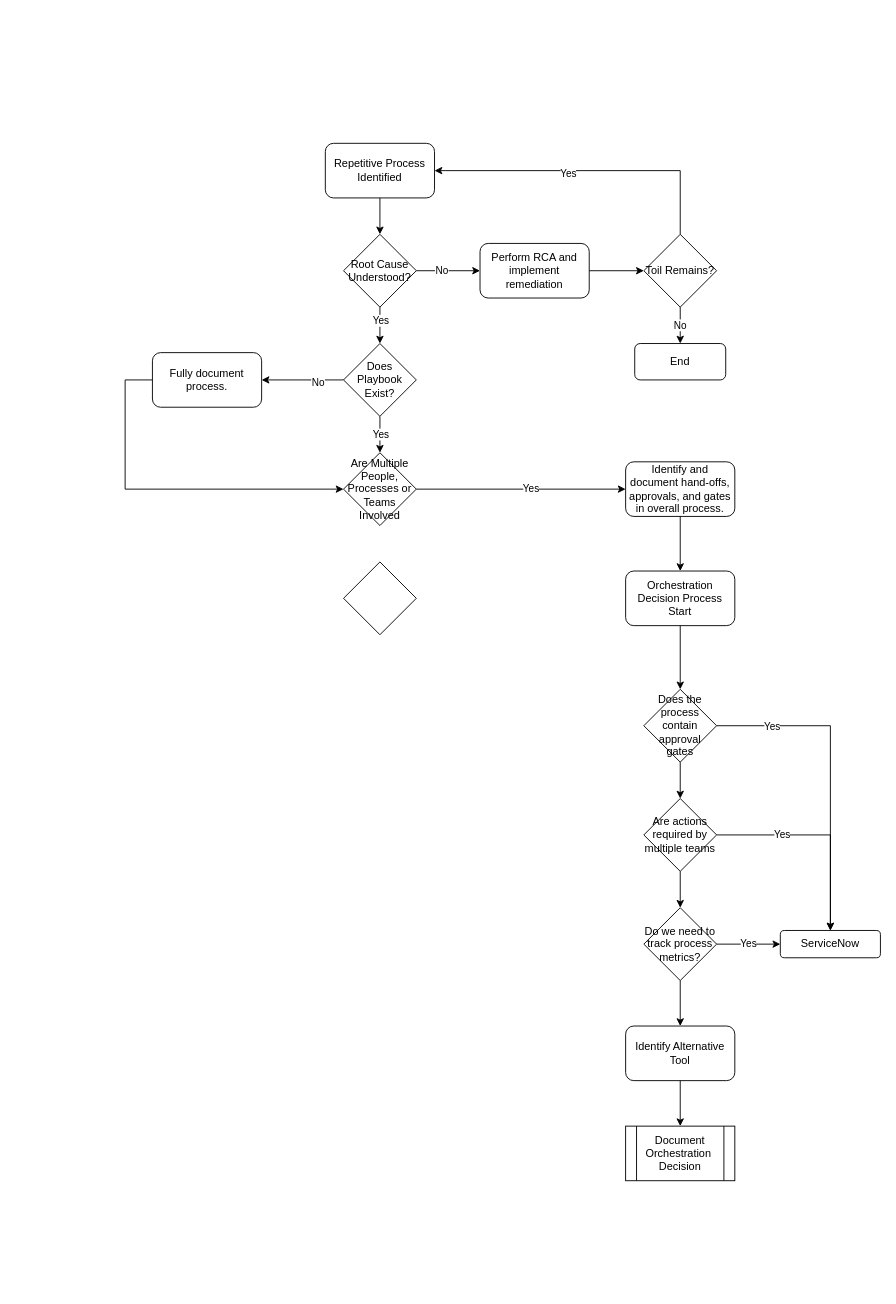
Above: src/Untitled Diagram.drawio in cunwin777/helloSteve (draw.io), before the change. Source tidied: cells renumbered, new cells numbered last; positions are measured from the earlier drawing's top-left corner, leaving out a move shared by most shapes. Both pictures are drawn from the tidied source at 91%, with x=0, y=0 at pixel (125, 143).
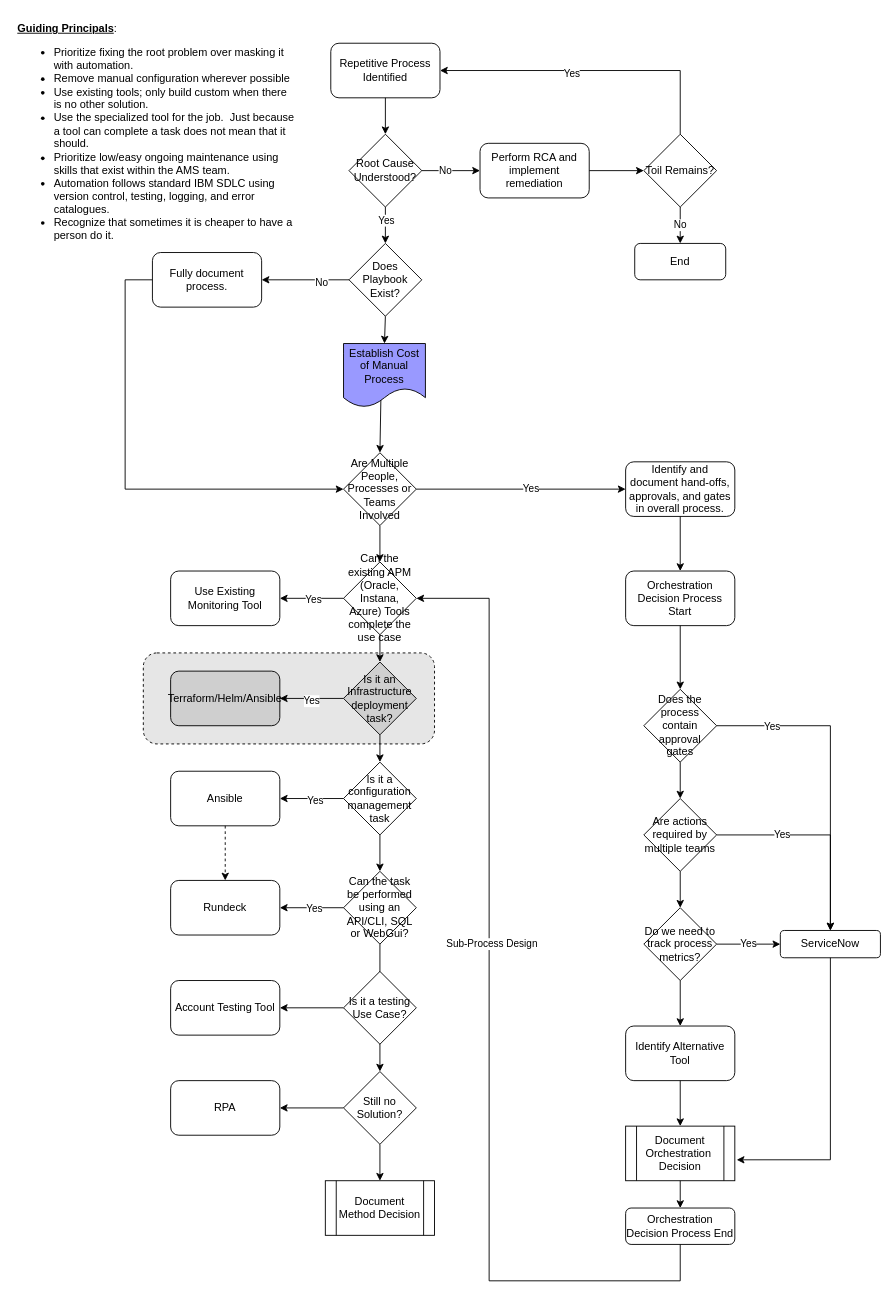
After the change.

The change refers to these unchanged cells:
```xml
<mxCell id="17" value="Are Multiple People, Processes or Teams Involved" style="rhombus;whiteSpace=wrap;html=1;" parent="1" vertex="1">
  <mxGeometry x="240" y="340" width="80" height="80" as="geometry" />
</mxCell>
<mxCell id="27" value="Document Orchestration&amp;nbsp; Decision" style="shape=process;whiteSpace=wrap;html=1;backgroundOutline=1;" parent="1" vertex="1">
  <mxGeometry x="550" y="1080" width="120" height="60" as="geometry" />
</mxCell>
<mxCell id="28" value="ServiceNow" style="rounded=1;whiteSpace=wrap;html=1;" parent="1" vertex="1">
  <mxGeometry x="720" y="865" width="110" height="30" as="geometry" />
</mxCell>
```

The edit, as a diff of the source:
```diff
@@
+    <mxCell id="47" style="rounded=1;whiteSpace=wrap;html=1;dashed=1;fillColor=#E6E6E6;" parent="1" vertex="1">
+      <mxGeometry x="20" y="560" width="320" height="100" as="geometry" />
+    </mxCell>
     <mxCell id="2" value="Repetitive Process Identified" style="rounded=1;whiteSpace=wrap;html=1;" parent="1" vertex="1">
-      <mxGeometry x="220" width="120" height="60" as="geometry" />
+      <mxGeometry x="226" y="-110" width="120" height="60" as="geometry" />
     </mxCell>
     <mxCell id="3" value="Root Cause Understood?" style="rhombus;whiteSpace=wrap;html=1;" parent="1" vertex="1">
-      <mxGeometry x="240" y="100" width="80" height="80" as="geometry" />
+      <mxGeometry x="246" y="-10" width="80" height="80" as="geometry" />
     </mxCell>
     <mxCell id="4" value="Perform RCA and implement remediation" style="rounded=1;whiteSpace=wrap;html=1;" parent="1" vertex="1">
-      <mxGeometry x="390" y="110" width="120" height="60" as="geometry" />
+      <mxGeometry x="390" width="120" height="60" as="geometry" />
     </mxCell>
     <mxCell id="5" value="Toil Remains?" style="rhombus;whiteSpace=wrap;html=1;" parent="1" vertex="1">
-      <mxGeometry x="570" y="100" width="80" height="80" as="geometry" />
+      <mxGeometry x="570" y="-10" width="80" height="80" as="geometry" />
     </mxCell>
     <mxCell id="6" value="End" style="rounded=1;whiteSpace=wrap;html=1;" parent="1" vertex="1">
-      <mxGeometry x="560" y="220" width="100" height="40" as="geometry" />
+      <mxGeometry x="560" y="110" width="100" height="40" as="geometry" />
     </mxCell>
@@
     <mxCell id="8" style="endArrow=classic;html=1;rounded=0;exitX=0.5;exitY=0;exitDx=0;exitDy=0;entryX=1;entryY=0.5;entryDx=0;entryDy=0;" parent="1" edge="1" source="5" target="2">
       <mxGeometry relative="1" as="geometry">
         <Array as="points">
-          <mxPoint x="610" y="30" />
+          <mxPoint x="610" y="-80" />
         </Array>
       </mxGeometry>
     </mxCell>
@@
     <mxCell id="16" value="Does Playbook Exist?" style="rhombus;whiteSpace=wrap;html=1;" parent="1" vertex="1">
-      <mxGeometry x="240" y="220" width="80" height="80" as="geometry" />
+      <mxGeometry x="246" y="110" width="80" height="80" as="geometry" />
     </mxCell>
@@
-    <mxCell id="18" style="rhombus;whiteSpace=wrap;html=1;" parent="1" vertex="1">
+    <mxCell id="18" value="Can the existing APM (Oracle, Instana, Azure) Tools complete the use case" style="rhombus;whiteSpace=wrap;html=1;" parent="1" vertex="1">
       <mxGeometry x="240" y="460" width="80" height="80" as="geometry" />
     </mxCell>
-    <mxCell id="19" style="endArrow=classic;html=1;rounded=0;exitX=0.5;exitY=1;exitDx=0;exitDy=0;entryX=0.5;entryY=0;entryDx=0;entryDy=0;" parent="1" edge="1" source="16" target="17">
+    <mxCell id="19" style="endArrow=classic;html=1;rounded=0;exitX=0.456;exitY=0.886;exitDx=0;exitDy=0;entryX=0.5;entryY=0;entryDx=0;entryDy=0;exitPerimeter=0;" parent="1" edge="1" source="67" target="17">
       <mxGeometry relative="1" as="geometry" />
     </mxCell>
-    <mxCell id="20" value="Yes" style="edgeLabel;html=1;align=center;verticalAlign=middle;" parent="19" vertex="1">
-      <mxGeometry x="-0.05" relative="1" as="geometry" />
-    </mxCell>
     <mxCell id="21" value="Fully document process." style="rounded=1;whiteSpace=wrap;html=1;" parent="1" vertex="1">
-      <mxGeometry x="30" y="230" width="120" height="60" as="geometry" />
+      <mxGeometry x="30" y="120" width="120" height="60" as="geometry" />
     </mxCell>
@@
     <mxCell id="24" style="endArrow=classic;html=1;rounded=0;entryX=0;entryY=0.5;entryDx=0;entryDy=0;exitX=0;exitY=0.5;exitDx=0;exitDy=0;" parent="1" edge="1" source="21" target="17">
       <mxGeometry relative="1" as="geometry">
         <Array as="points">
-          <mxPoint y="260" />
+          <mxPoint y="150" />
           <mxPoint y="380" />
         </Array>
       </mxGeometry>
     </mxCell>
@@
+    <mxCell id="48" style="endArrow=classic;html=1;rounded=0;exitX=0.5;exitY=1;exitDx=0;exitDy=0;entryX=1.017;entryY=0.617;entryDx=0;entryDy=0;entryPerimeter=0;" parent="1" edge="1" source="28" target="27">
+      <mxGeometry relative="1" as="geometry">
+        <Array as="points">
+          <mxPoint x="775" y="1117" />
+        </Array>
+      </mxGeometry>
+    </mxCell>
+    <mxCell id="49" value="Orchestration Decision Process End" style="rounded=1;whiteSpace=wrap;html=1;" parent="1" vertex="1">
+      <mxGeometry x="550" y="1170" width="120" height="40" as="geometry" />
+    </mxCell>
+    <mxCell id="50" style="endArrow=classic;html=1;rounded=0;exitX=0.5;exitY=1;exitDx=0;exitDy=0;entryX=0.5;entryY=0;entryDx=0;entryDy=0;" parent="1" edge="1" source="27" target="49">
+      <mxGeometry relative="1" as="geometry" />
+    </mxCell>
+    <mxCell id="51" style="endArrow=classic;html=1;rounded=0;exitX=0.5;exitY=1;exitDx=0;exitDy=0;entryX=1;entryY=0.5;entryDx=0;entryDy=0;" parent="1" edge="1" source="49" target="18">
+      <mxGeometry relative="1" as="geometry">
+        <Array as="points">
+          <mxPoint x="610" y="1250" />
+          <mxPoint x="400" y="1250" />
+          <mxPoint x="400" y="500" />
+        </Array>
+      </mxGeometry>
+    </mxCell>
+    <mxCell id="52" value="Sub-Process Design" style="edgeLabel;html=1;align=center;verticalAlign=middle;" parent="51" vertex="1">
+      <mxGeometry x="0.15" y="-2" relative="1" as="geometry" />
+    </mxCell>
+    <mxCell id="53" style="endArrow=classic;html=1;rounded=0;exitX=0.5;exitY=1;exitDx=0;exitDy=0;entryX=0.5;entryY=0;entryDx=0;entryDy=0;" parent="1" edge="1" source="17" target="18">
+      <mxGeometry relative="1" as="geometry" />
+    </mxCell>
+    <mxCell id="54" value="Use Existing Monitoring Tool" style="rounded=1;whiteSpace=wrap;html=1;" parent="1" vertex="1">
+      <mxGeometry x="50" y="470" width="120" height="60" as="geometry" />
+    </mxCell>
+    <mxCell id="55" style="endArrow=classic;html=1;rounded=0;entryX=1;entryY=0.5;entryDx=0;entryDy=0;exitX=0;exitY=0.5;exitDx=0;exitDy=0;" parent="1" edge="1" source="18" target="54">
+      <mxGeometry relative="1" as="geometry" />
+    </mxCell>
+    <mxCell id="56" value="Yes" style="edgeLabel;html=1;align=center;verticalAlign=middle;" parent="55" vertex="1">
+      <mxGeometry x="-0.03" y="1" relative="1" as="geometry" />
+    </mxCell>
+    <mxCell id="57" value="&lt;u&gt;&lt;b&gt;Guiding Principals&lt;/b&gt;&lt;/u&gt;:&lt;div&gt;&lt;ul&gt;&lt;li&gt;Prioritize fixing the root problem over masking it with automation.&lt;/li&gt;&lt;li&gt;Remove manual configuration wherever possible&lt;/li&gt;&lt;li&gt;Use existing tools; only build custom when there is no other solution.&lt;/li&gt;&lt;li&gt;Use the specialized tool for the job.&amp;nbsp; Just because a tool can complete a task does not mean that it should.&lt;/li&gt;&lt;li&gt;Prioritize low/easy ongoing maintenance using skills that exist within the AMS team.&lt;/li&gt;&lt;li&gt;Automation follows standard IBM SDLC using version control, testing, logging, and error catalogues.&lt;/li&gt;&lt;li&gt;Recognize that sometimes it is cheaper to have a person do it.&lt;/li&gt;&lt;/ul&gt;&lt;div&gt;&lt;br&gt;&lt;/div&gt;&lt;/div&gt;" style="text;html=1;align=left;verticalAlign=top;whiteSpace=wrap;rounded=0;" parent="1" vertex="1">
+      <mxGeometry x="-120" y="-140" width="310" height="230" as="geometry" />
+    </mxCell>
+    <mxCell id="58" value="Can the task be performed using an API/CLI, SQL or WebGui?" style="rhombus;whiteSpace=wrap;html=1;" parent="1" vertex="1">
+      <mxGeometry x="240" y="800" width="80" height="80" as="geometry" />
+    </mxCell>
+    <mxCell id="59" value="Ansible" style="rounded=1;whiteSpace=wrap;html=1;" parent="1" vertex="1">
+      <mxGeometry x="50" y="690" width="120" height="60" as="geometry" />
+    </mxCell>
+    <mxCell id="60" value="Is it a configuration management task" style="rhombus;whiteSpace=wrap;html=1;" parent="1" vertex="1">
+      <mxGeometry x="240" y="680" width="80" height="80" as="geometry" />
+    </mxCell>
+    <mxCell id="61" value="Is it an Infrastructure deployment task?" style="rhombus;whiteSpace=wrap;html=1;fillColor=#CFCFCF;" parent="1" vertex="1">
+      <mxGeometry x="240" y="570" width="80" height="80" as="geometry" />
+    </mxCell>
+    <mxCell id="62" value="Terraform/Helm/Ansible" style="rounded=1;whiteSpace=wrap;html=1;fillColor=#CFCFCF;" parent="1" vertex="1">
+      <mxGeometry x="50" y="580" width="120" height="60" as="geometry" />
+    </mxCell>
+    <mxCell id="63" value="Rundeck" style="rounded=1;whiteSpace=wrap;html=1;" parent="1" vertex="1">
+      <mxGeometry x="50" y="810" width="120" height="60" as="geometry" />
+    </mxCell>
+    <mxCell id="64" style="endArrow=classic;html=1;rounded=0;exitX=0.5;exitY=1;exitDx=0;exitDy=0;entryX=0.5;entryY=0;entryDx=0;entryDy=0;dashed=1;" parent="1" edge="1" source="59" target="63">
+      <mxGeometry relative="1" as="geometry" />
+    </mxCell>
+    <mxCell id="65" value="Still no Solution?" style="rhombus;whiteSpace=wrap;html=1;" parent="1" vertex="1">
+      <mxGeometry x="240" y="1020" width="80" height="80" as="geometry" />
+    </mxCell>
+    <mxCell id="66" value="RPA" style="rounded=1;whiteSpace=wrap;html=1;" parent="1" vertex="1">
+      <mxGeometry x="50" y="1030" width="120" height="60" as="geometry" />
+    </mxCell>
+    <mxCell id="67" value="Establish Cost of Manual Process" style="shape=document;whiteSpace=wrap;html=1;boundedLbl=1;fillColor=#9999FF;" parent="1" vertex="1">
+      <mxGeometry x="240" y="220" width="90" height="70" as="geometry" />
+    </mxCell>
+    <mxCell id="68" style="endArrow=classic;html=1;rounded=0;exitX=0.5;exitY=1;exitDx=0;exitDy=0;entryX=0.5;entryY=0;entryDx=0;entryDy=0;" parent="1" edge="1" source="16" target="67">
+      <mxGeometry relative="1" as="geometry" />
+    </mxCell>
+    <mxCell id="69" style="endArrow=classic;html=1;rounded=0;exitX=0.5;exitY=1;exitDx=0;exitDy=0;entryX=0.5;entryY=0;entryDx=0;entryDy=0;" parent="1" edge="1" source="18" target="61">
+      <mxGeometry relative="1" as="geometry" />
+    </mxCell>
+    <mxCell id="70" style="endArrow=classic;html=1;rounded=0;exitX=0;exitY=0.5;exitDx=0;exitDy=0;entryX=1;entryY=0.5;entryDx=0;entryDy=0;" parent="1" edge="1" source="61" target="62">
+      <mxGeometry relative="1" as="geometry" />
+    </mxCell>
+    <mxCell id="71" value="Yes" style="edgeLabel;html=1;align=center;verticalAlign=middle;" parent="70" vertex="1">
+      <mxGeometry x="0.03" y="2" relative="1" as="geometry" />
+    </mxCell>
+    <mxCell id="72" style="endArrow=classic;html=1;rounded=0;exitX=0.5;exitY=1;exitDx=0;exitDy=0;entryX=0.5;entryY=0;entryDx=0;entryDy=0;" parent="1" edge="1" source="61" target="60">
+      <mxGeometry relative="1" as="geometry" />
+    </mxCell>
+    <mxCell id="73" style="endArrow=classic;html=1;rounded=0;" parent="1" edge="1" source="60">
+      <mxGeometry relative="1" as="geometry">
+        <mxPoint x="170" y="720" as="targetPoint" />
+      </mxGeometry>
+    </mxCell>
+    <mxCell id="74" value="Yes" style="edgeLabel;html=1;align=center;verticalAlign=middle;" parent="73" vertex="1">
+      <mxGeometry x="-0.09" y="1" relative="1" as="geometry" />
+    </mxCell>
+    <mxCell id="75" style="endArrow=classic;html=1;rounded=0;exitX=0.5;exitY=1;exitDx=0;exitDy=0;entryX=0.5;entryY=0;entryDx=0;entryDy=0;" parent="1" edge="1" source="60" target="58">
+      <mxGeometry relative="1" as="geometry" />
+    </mxCell>
+    <mxCell id="76" style="endArrow=classic;html=1;rounded=0;exitX=0;exitY=0.5;exitDx=0;exitDy=0;entryX=1;entryY=0.5;entryDx=0;entryDy=0;" parent="1" edge="1" source="58" target="63">
+      <mxGeometry relative="1" as="geometry" />
+    </mxCell>
+    <mxCell id="77" value="Yes" style="edgeLabel;html=1;align=center;verticalAlign=middle;" parent="76" vertex="1">
+      <mxGeometry x="-0.06" relative="1" as="geometry" />
+    </mxCell>
+    <mxCell id="78" style="endArrow=classic;html=1;rounded=0;exitX=0.5;exitY=1;exitDx=0;exitDy=0;" parent="1" edge="1" source="58" target="65">
+      <mxGeometry relative="1" as="geometry" />
+    </mxCell>
+    <mxCell id="79" style="endArrow=classic;html=1;rounded=0;exitX=0;exitY=0.5;exitDx=0;exitDy=0;entryX=1;entryY=0.5;entryDx=0;entryDy=0;" parent="1" edge="1" source="65" target="66">
+      <mxGeometry relative="1" as="geometry" />
+    </mxCell>
+    <mxCell id="80" value="Is it a testing Use Case?" style="rhombus;whiteSpace=wrap;html=1;" parent="1" vertex="1">
+      <mxGeometry x="240" y="910" width="80" height="80" as="geometry" />
+    </mxCell>
+    <mxCell id="81" value="Account Testing Tool" style="rounded=1;whiteSpace=wrap;html=1;" parent="1" vertex="1">
+      <mxGeometry x="50" y="920" width="120" height="60" as="geometry" />
+    </mxCell>
+    <mxCell id="82" style="endArrow=classic;html=1;rounded=0;exitX=0;exitY=0.5;exitDx=0;exitDy=0;" parent="1" edge="1" source="80" target="81">
+      <mxGeometry relative="1" as="geometry" />
+    </mxCell>
+    <mxCell id="83" value="Document Method Decision" style="shape=process;whiteSpace=wrap;html=1;backgroundOutline=1;" parent="1" vertex="1">
+      <mxGeometry x="220" y="1140" width="120" height="60" as="geometry" />
+    </mxCell>
+    <mxCell id="84" style="endArrow=classic;html=1;rounded=0;exitX=0.5;exitY=1;exitDx=0;exitDy=0;entryX=0.5;entryY=0;entryDx=0;entryDy=0;" parent="1" edge="1" source="65" target="83">
+      <mxGeometry relative="1" as="geometry" />
+    </mxCell>
```
